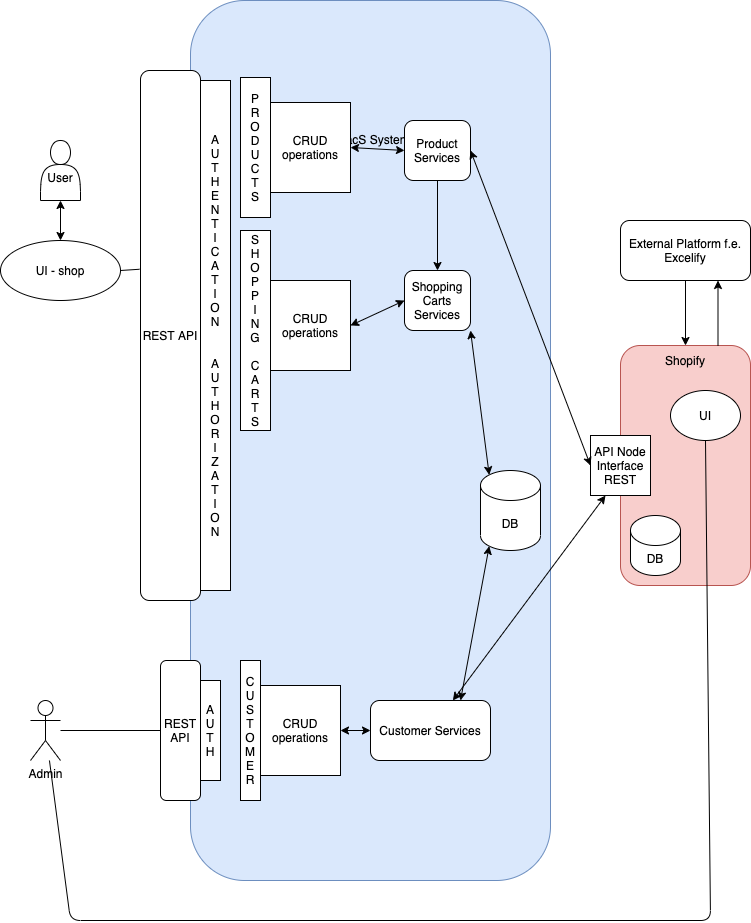
Above: docs/integration-design.png in Svaigas/calacs (draw.io), before the change. Source tidied: cells renumbered, new cells last; positions are measured from the earlier drawing's top-left corner, leaving out a move shared by most shapes.
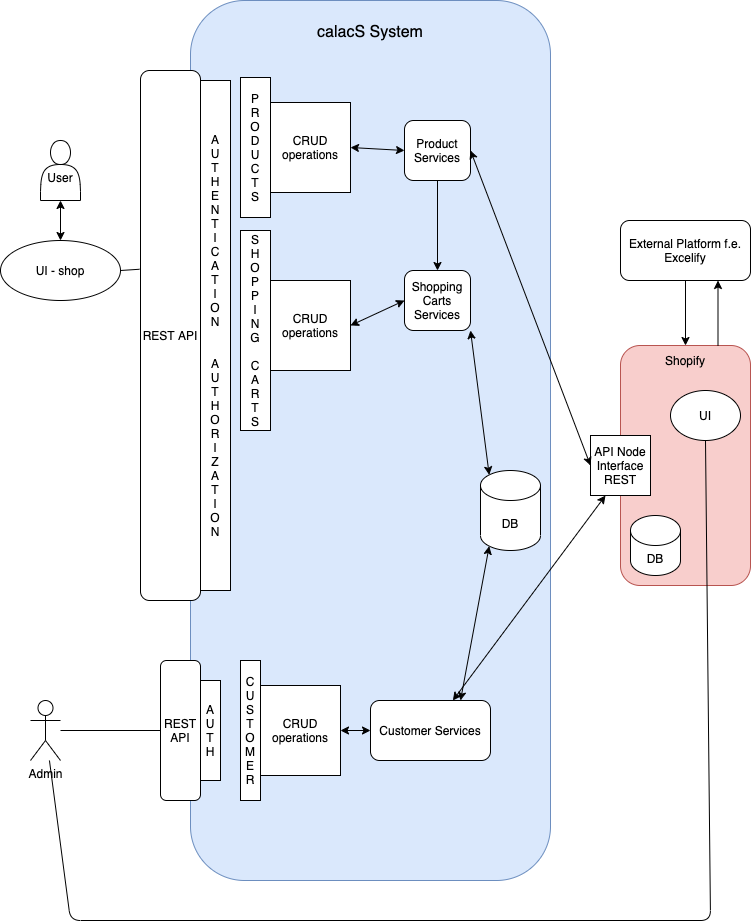
The same file after the commit.

The edit, as a diff of the source:
```diff
@@ -2,7 +2,7 @@
   <root>
     <mxCell id="0" />
     <mxCell id="1" parent="0" />
-    <mxCell id="2" value="calacS System&lt;br&gt;&lt;br&gt;&lt;br&gt;&lt;br&gt;&lt;br&gt;&lt;br&gt;&lt;br&gt;&lt;br&gt;&lt;br&gt;&lt;br&gt;&lt;br&gt;&lt;br&gt;&lt;br&gt;&lt;br&gt;&lt;br&gt;&lt;br&gt;&lt;br&gt;&lt;br&gt;&lt;br&gt;&lt;br&gt;&lt;br&gt;&lt;br&gt;&lt;br&gt;&lt;br&gt;&lt;br&gt;&lt;br&gt;&lt;br&gt;&lt;br&gt;&lt;br&gt;&lt;br&gt;&lt;br&gt;&lt;br&gt;&lt;br&gt;&lt;br&gt;&lt;br&gt;&lt;br&gt;&lt;br&gt;&lt;br&gt;&amp;nbsp;&lt;br&gt;&lt;br&gt;&lt;br&gt;&lt;br&gt;&lt;br&gt;&lt;br&gt;" style="rounded=1;whiteSpace=wrap;html=1;fillColor=#dae8fc;strokeColor=#6c8ebf;" parent="1" vertex="1">
+    <mxCell id="2" value="&lt;font style=&quot;font-size: 16px&quot;&gt;calacS System&lt;br&gt;&lt;br&gt;&lt;br&gt;&lt;br&gt;&lt;br&gt;&lt;br&gt;&lt;br&gt;&lt;br&gt;&lt;br&gt;&lt;br&gt;&lt;br&gt;&lt;br&gt;&lt;br&gt;&lt;br&gt;&lt;br&gt;&lt;br&gt;&lt;br&gt;&lt;br&gt;&lt;br&gt;&lt;br&gt;&lt;br&gt;&lt;br&gt;&lt;br&gt;&lt;br&gt;&lt;br&gt;&lt;br&gt;&lt;br&gt;&lt;br&gt;&lt;br&gt;&lt;br&gt;&lt;br&gt;&lt;br&gt;&lt;br&gt;&lt;br&gt;&lt;br&gt;&lt;br&gt;&lt;br&gt;&lt;br&gt;&amp;nbsp;&lt;br&gt;&lt;br&gt;&lt;br&gt;&lt;br&gt;&lt;br&gt;&lt;br&gt;&lt;/font&gt;" style="rounded=1;whiteSpace=wrap;html=1;fillColor=#dae8fc;strokeColor=#6c8ebf;" parent="1" vertex="1">
       <mxGeometry x="190" width="360" height="880" as="geometry" />
     </mxCell>
     <mxCell id="3" value="Shopify&lt;br&gt;&lt;br&gt;&lt;br&gt;&lt;br&gt;&lt;br&gt;&lt;br&gt;&lt;br&gt;&lt;br&gt;&lt;br&gt;&lt;br&gt;&lt;br&gt;&lt;br&gt;&lt;br&gt;&lt;br&gt;&lt;br&gt;&lt;br&gt;" style="rounded=1;whiteSpace=wrap;html=1;fillColor=#f8cecc;strokeColor=#b85450;" parent="1" vertex="1">
```
